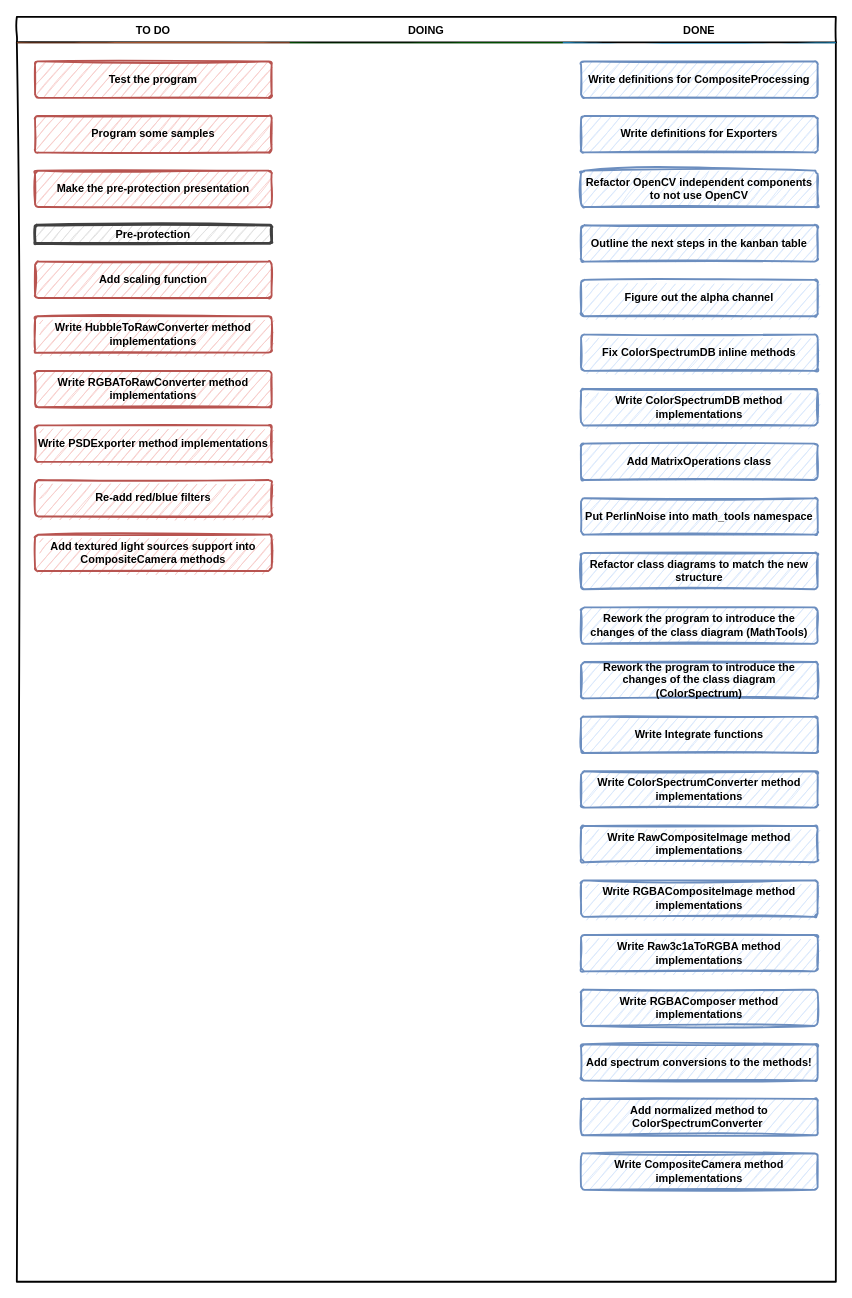
Before: Docs/Kanban table.drawio in SpatiumOwl/ComplexSky-2.0, a draw.io diagram. Source tidied: cells renumbered, new cells numbered last; positions are measured from the earlier drawing's top-left corner, leaving out a move shared by most shapes. Both pictures are drawn from the tidied source at 91%, with x=0, y=0 at pixel (16, 16).
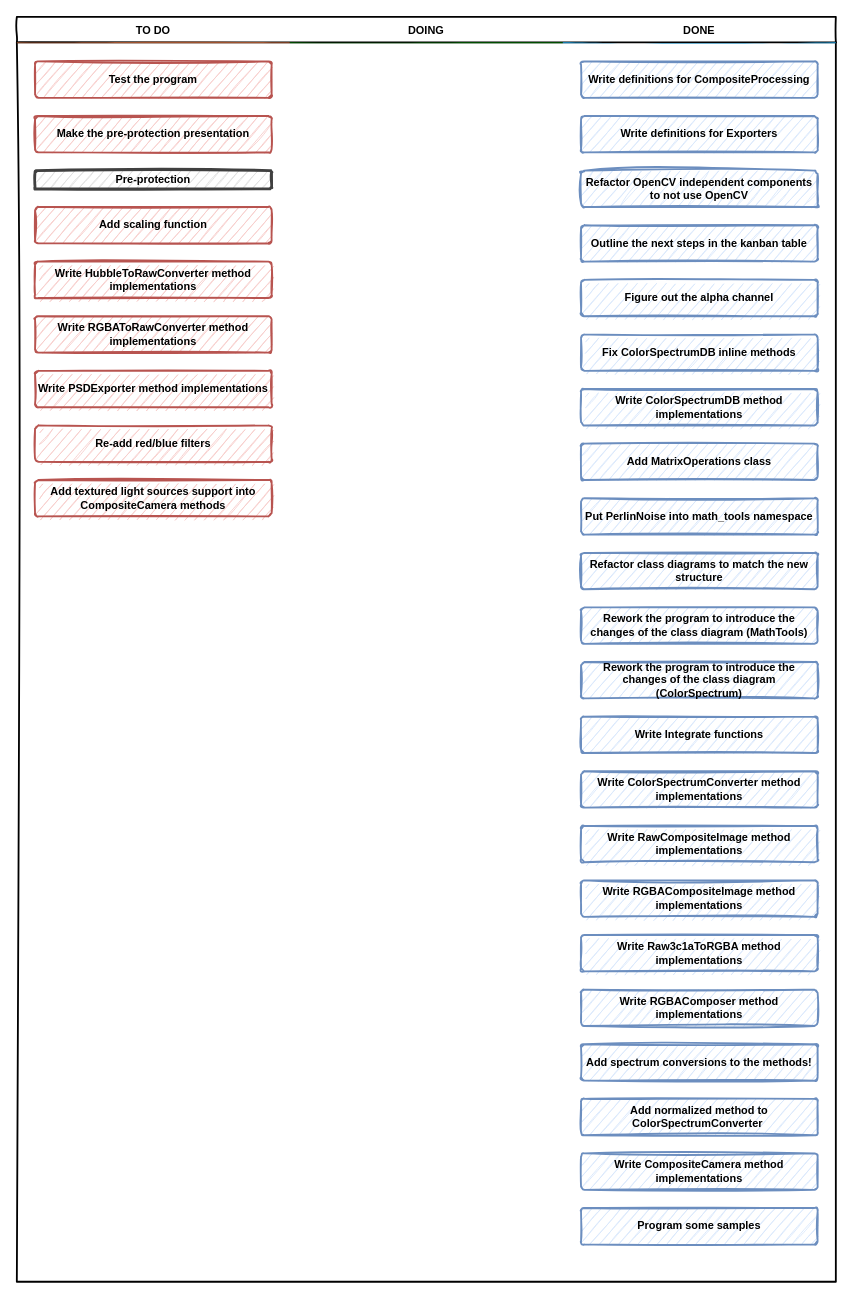
After the change.

The change refers to these unchanged cells:
```xml
<mxCell id="3" value="TO DO" style="swimlane;strokeWidth=2;fontFamily=Permanent Marker;html=0;startSize=1;verticalAlign=bottom;spacingBottom=5;stackBorder=20;sketch=1;strokeColor=none;fillStyle=solid;fillColor=#A0522D;" parent="2" vertex="1">
  <mxGeometry y="28" width="300" height="1362" as="geometry" />
</mxCell>
<mxCell id="15" value="DONE" style="swimlane;strokeWidth=2;fontFamily=Permanent Marker;html=0;startSize=1;verticalAlign=bottom;spacingBottom=5;stackBorder=20;sketch=1;strokeColor=none;fillStyle=solid;fillColor=#1BA1E2;" parent="2" vertex="1">
  <mxGeometry x="600" y="28" width="300" height="1362" as="geometry" />
</mxCell>
```

What changed in the source:
```diff
@@
-    <mxCell id="5" value="Program some samples" style="whiteSpace=wrap;html=1;strokeWidth=2;fillColor=#f8cecc;fontStyle=1;spacingTop=0;rounded=1;arcSize=9;sketch=1;fontFamily=Permanent Marker;hachureGap=8;fillWeight=1;strokeColor=#b85450;" parent="3" vertex="1">
-      <mxGeometry x="20" y="81" width="260" height="40" as="geometry" />
-    </mxCell>
     <mxCell id="6" value="Make the pre-protection presentation" style="whiteSpace=wrap;html=1;strokeWidth=2;fillColor=#f8cecc;fontStyle=1;spacingTop=0;rounded=1;arcSize=9;sketch=1;fontFamily=Permanent Marker;hachureGap=8;fillWeight=1;strokeColor=#b85450;" parent="3" vertex="1">
-      <mxGeometry x="20" y="141" width="260" height="40" as="geometry" />
+      <mxGeometry x="20" y="81" width="260" height="40" as="geometry" />
     </mxCell>
     <mxCell id="7" value="Pre-protection" style="whiteSpace=wrap;html=1;strokeWidth=3;fillColor=#E0E0E0;fontStyle=1;spacingTop=0;rounded=1;arcSize=9;sketch=1;fontFamily=Permanent Marker;hachureGap=8;fillWeight=1;strokeColor=#404040;imageHeight=15;" parent="3" vertex="1">
-      <mxGeometry x="20" y="201" width="260" height="20" as="geometry" />
+      <mxGeometry x="20" y="141" width="260" height="20" as="geometry" />
     </mxCell>
     <mxCell id="8" value="Add scaling function" style="whiteSpace=wrap;html=1;strokeWidth=2;fillColor=#f8cecc;fontStyle=1;spacingTop=0;rounded=1;arcSize=9;sketch=1;fontFamily=Permanent Marker;hachureGap=8;fillWeight=1;strokeColor=#b85450;" parent="3" vertex="1">
-      <mxGeometry x="20" y="241" width="260" height="40" as="geometry" />
+      <mxGeometry x="20" y="181" width="260" height="40" as="geometry" />
     </mxCell>
     <mxCell id="9" value="Write HubbleToRawConverter method implementations" style="whiteSpace=wrap;html=1;strokeWidth=2;fillColor=#f8cecc;fontStyle=1;spacingTop=0;rounded=1;arcSize=9;sketch=1;fontFamily=Permanent Marker;hachureGap=8;fillWeight=1;strokeColor=#b85450;" parent="3" vertex="1">
-      <mxGeometry x="20" y="301" width="260" height="40" as="geometry" />
+      <mxGeometry x="20" y="241" width="260" height="40" as="geometry" />
     </mxCell>
     <mxCell id="10" value="Write RGBAToRawConverter method implementations" style="whiteSpace=wrap;html=1;strokeWidth=2;fillColor=#f8cecc;fontStyle=1;spacingTop=0;rounded=1;arcSize=9;sketch=1;fontFamily=Permanent Marker;hachureGap=8;fillWeight=1;strokeColor=#b85450;" parent="3" vertex="1">
-      <mxGeometry x="20" y="361" width="260" height="40" as="geometry" />
+      <mxGeometry x="20" y="301" width="260" height="40" as="geometry" />
     </mxCell>
     <mxCell id="11" value="Write PSDExporter method implementations" style="whiteSpace=wrap;html=1;strokeWidth=2;fillColor=#f8cecc;fontStyle=1;spacingTop=0;rounded=1;arcSize=9;sketch=1;fontFamily=Permanent Marker;hachureGap=8;fillWeight=1;strokeColor=#b85450;" parent="3" vertex="1">
-      <mxGeometry x="20" y="421" width="260" height="40" as="geometry" />
+      <mxGeometry x="20" y="361" width="260" height="40" as="geometry" />
     </mxCell>
     <mxCell id="12" value="Re-add red/blue filters" style="whiteSpace=wrap;html=1;strokeWidth=2;fillColor=#f8cecc;fontStyle=1;spacingTop=0;rounded=1;arcSize=9;sketch=1;fontFamily=Permanent Marker;hachureGap=8;fillWeight=1;strokeColor=#b85450;" parent="3" vertex="1">
-      <mxGeometry x="20" y="481" width="260" height="40" as="geometry" />
+      <mxGeometry x="20" y="421" width="260" height="40" as="geometry" />
     </mxCell>
     <mxCell id="13" value="Add textured light sources support into CompositeCamera methods" style="whiteSpace=wrap;html=1;strokeWidth=2;fillColor=#f8cecc;fontStyle=1;spacingTop=0;rounded=1;arcSize=9;sketch=1;fontFamily=Permanent Marker;hachureGap=8;fillWeight=1;strokeColor=#b85450;" parent="3" vertex="1">
-      <mxGeometry x="20" y="541" width="260" height="40" as="geometry" />
+      <mxGeometry x="20" y="481" width="260" height="40" as="geometry" />
     </mxCell>
@@
+    <mxCell id="5" value="Program some samples" style="whiteSpace=wrap;html=1;strokeWidth=2;fillColor=#dae8fc;fontStyle=1;spacingTop=0;rounded=1;arcSize=9;sketch=1;fontFamily=Permanent Marker;hachureGap=8;fillWeight=1;strokeColor=#6c8ebf;" parent="15" vertex="1">
+      <mxGeometry x="20" y="1281" width="260" height="40" as="geometry" />
+    </mxCell>
```
